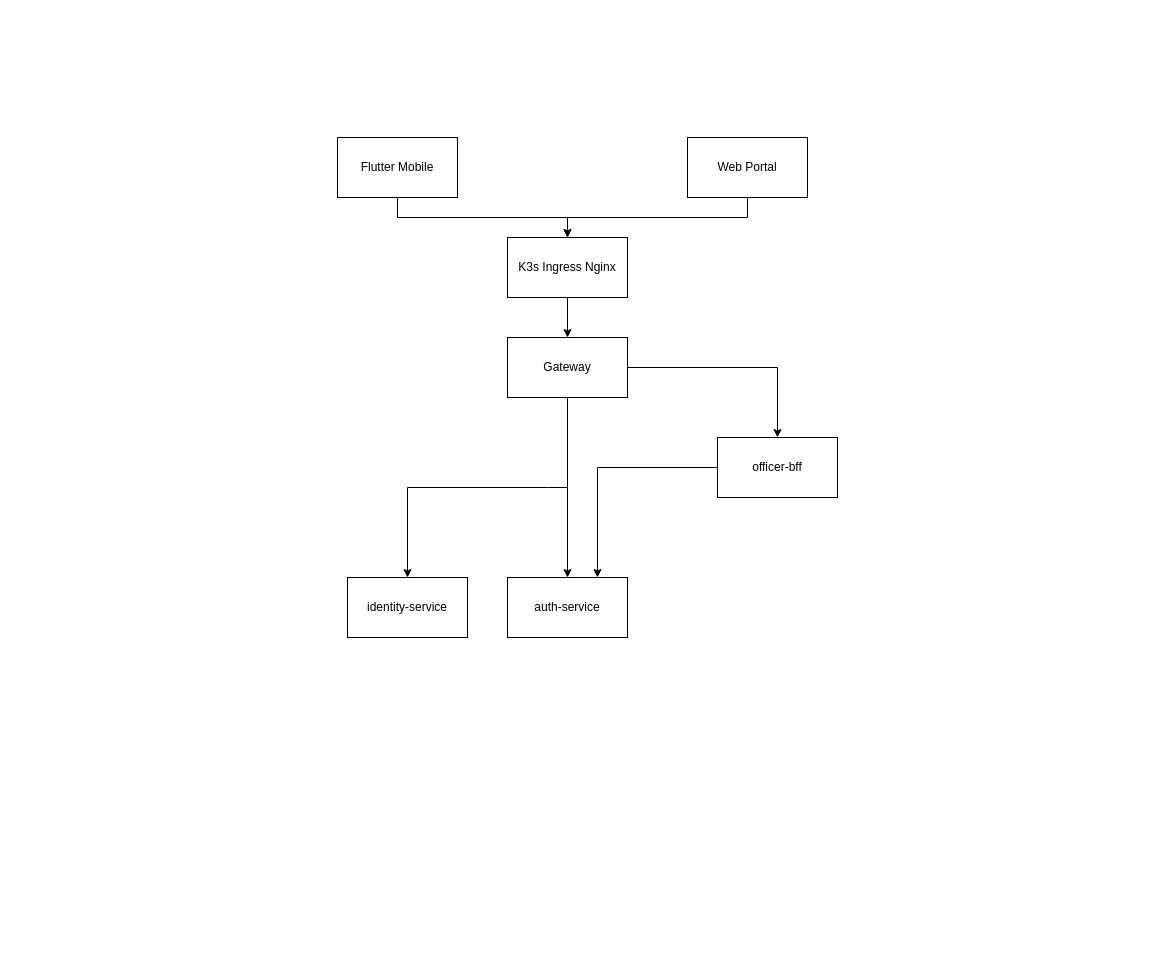
Before: docs/arch/Diagram.drawio in ZeroDayZ7/services_obywatel_app, a draw.io diagram. Source tidied: cells renumbered, new cells numbered last; positions are measured from the earlier drawing's top-left corner, leaving out a move shared by most shapes. Both pictures are drawn from the tidied source at 100%, with x=0, y=0 at pixel (337, 137).
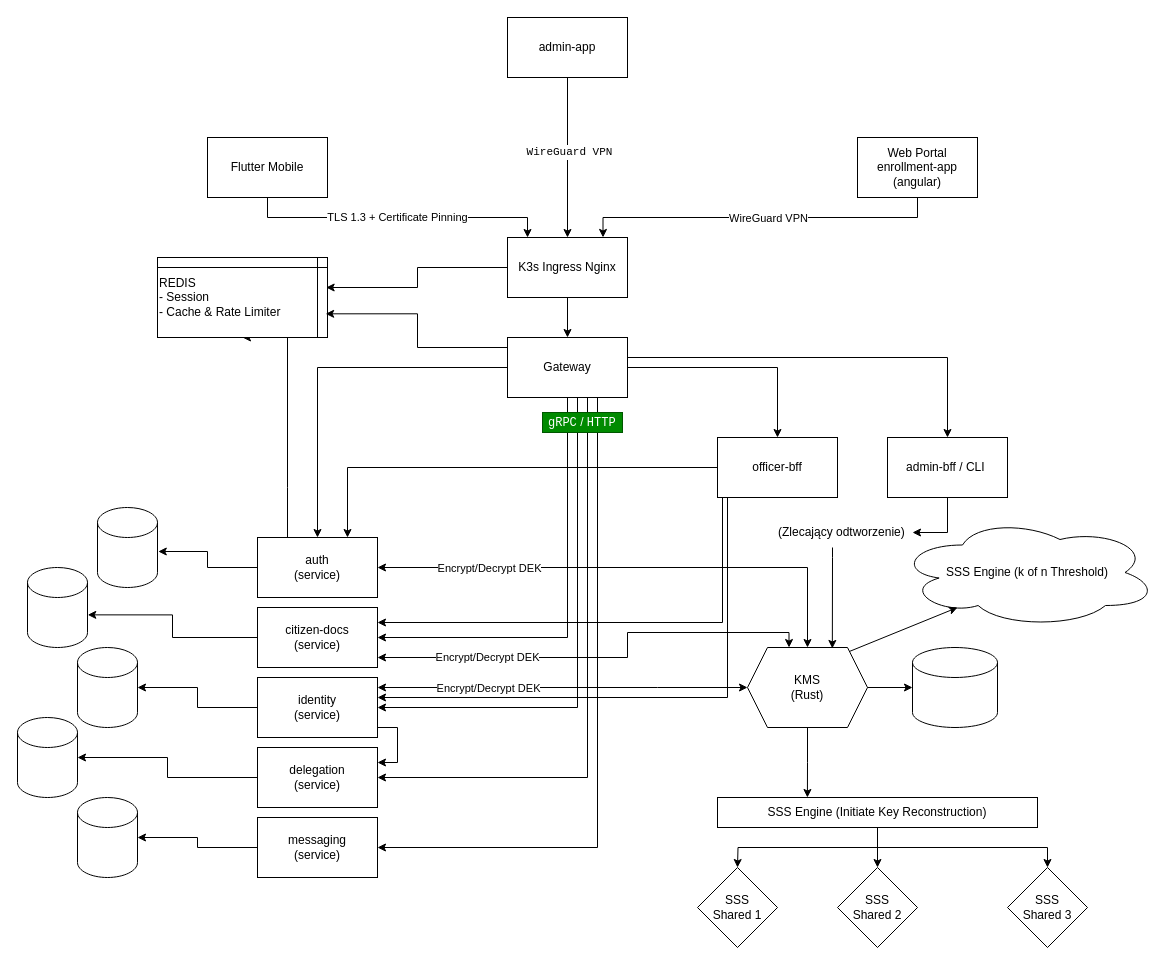
The same diagram, later.

Commit message (it also covers changes not shown here):
feat: add new architecture diagram and todo list for project planning

The change refers to these unchanged cells:
```xml
<mxCell id="5" value="K3s Ingress Nginx" style="rounded=0;whiteSpace=wrap;html=1;" parent="1" vertex="1">
  <mxGeometry x="170" y="100" width="120" height="60" as="geometry" />
</mxCell>
<mxCell id="8" value="Gateway" style="rounded=0;whiteSpace=wrap;html=1;" parent="1" vertex="1">
  <mxGeometry x="170" y="200" width="120" height="60" as="geometry" />
</mxCell>
<mxCell id="12" value="officer-bff" style="rounded=0;whiteSpace=wrap;html=1;" parent="1" vertex="1">
  <mxGeometry x="380" y="300" width="120" height="60" as="geometry" />
</mxCell>
```

Change to the diagram source:
```diff
@@
-    <mxCell id="2" style="edgeStyle=orthogonalEdgeStyle;rounded=0;jettySize=auto;html=1;entryX=0.5;entryY=0;entryDx=0;entryDy=0;exitX=0.5;exitY=1;exitDx=0;exitDy=0;" parent="1" edge="1" source="3" target="5">
+    <mxCell id="2" value="TLS 1.3 + Certificate Pinning" style="edgeStyle=orthogonalEdgeStyle;rounded=0;jettySize=auto;html=1;entryX=0.167;entryY=0;entryDx=0;entryDy=0;exitX=0.5;exitY=1;exitDx=0;exitDy=0;entryPerimeter=0;" parent="1" edge="1" source="3" target="5">
       <mxGeometry relative="1" as="geometry" />
     </mxCell>
     <mxCell id="3" value="Flutter Mobile" style="rounded=0;whiteSpace=wrap;html=1;" parent="1" vertex="1">
-      <mxGeometry width="120" height="60" as="geometry" />
+      <mxGeometry x="-130" width="120" height="60" as="geometry" />
     </mxCell>
@@
+    <mxCell id="16" style="edgeStyle=orthogonalEdgeStyle;rounded=0;jettySize=auto;html=1;entryX=1;entryY=0.5;entryDx=0;entryDy=0;" parent="1" edge="1" source="8" target="37">
+      <mxGeometry relative="1" as="geometry">
+        <Array as="points">
+          <mxPoint x="230" y="500" />
+        </Array>
+      </mxGeometry>
+    </mxCell>
+    <mxCell id="17" style="edgeStyle=orthogonalEdgeStyle;rounded=0;jettySize=auto;html=1;entryX=1;entryY=0.5;entryDx=0;entryDy=0;" parent="1" edge="1" source="8" target="13">
+      <mxGeometry relative="1" as="geometry">
+        <Array as="points">
+          <mxPoint x="240" y="570" />
+        </Array>
+      </mxGeometry>
+    </mxCell>
+    <mxCell id="18" style="edgeStyle=orthogonalEdgeStyle;rounded=0;jettySize=auto;html=1;entryX=1;entryY=0.5;entryDx=0;entryDy=0;" parent="1" edge="1" source="8" target="38">
+      <mxGeometry relative="1" as="geometry">
+        <Array as="points">
+          <mxPoint x="250" y="640" />
+        </Array>
+      </mxGeometry>
+    </mxCell>
+    <mxCell id="19" style="edgeStyle=orthogonalEdgeStyle;rounded=0;jettySize=auto;html=1;entryX=1;entryY=0.5;entryDx=0;entryDy=0;" parent="1" edge="1" source="8" target="58">
+      <mxGeometry relative="1" as="geometry">
+        <Array as="points">
+          <mxPoint x="260" y="710" />
+        </Array>
+      </mxGeometry>
+    </mxCell>
@@
+    <mxCell id="20" style="edgeStyle=orthogonalEdgeStyle;rounded=0;jettySize=auto;html=1;entryX=0.5;entryY=0;entryDx=0;entryDy=0;startArrow=classic;startFill=1;" parent="1" edge="1" source="9" target="39">
+      <mxGeometry relative="1" as="geometry" />
+    </mxCell>
+    <mxCell id="21" value="Encrypt/Decrypt DEK" style="edgeLabel;html=1;align=center;verticalAlign=middle;" parent="20" vertex="1">
+      <mxGeometry x="-0.38" y="-2" relative="1" as="geometry">
+        <mxPoint x="-47" y="-2" as="offset" />
+      </mxGeometry>
+    </mxCell>
+    <mxCell id="22" style="edgeStyle=orthogonalEdgeStyle;rounded=0;jettySize=auto;html=1;entryX=0.5;entryY=1;entryDx=0;entryDy=0;" parent="1" edge="1" source="9" target="64">
+      <mxGeometry relative="1" as="geometry">
+        <Array as="points">
+          <mxPoint x="-50" y="350" />
+          <mxPoint x="-50" y="350" />
+        </Array>
+      </mxGeometry>
+    </mxCell>
-    <mxCell id="9" value="auth-service" style="rounded=0;whiteSpace=wrap;html=1;" parent="1" vertex="1">
-      <mxGeometry x="170" y="440" width="120" height="60" as="geometry" />
+    <mxCell id="9" value="auth&lt;div&gt;(service)&lt;/div&gt;" style="rounded=0;whiteSpace=wrap;html=1;" parent="1" vertex="1">
+      <mxGeometry x="-80" y="400" width="120" height="60" as="geometry" />
     </mxCell>
@@
-    <mxCell id="11" style="edgeStyle=orthogonalEdgeStyle;rounded=0;jettySize=auto;html=1;endArrow=none;endFill=0;startArrow=classic;startFill=1;" parent="1" edge="1" source="13">
-      <mxGeometry relative="1" as="geometry">
-        <mxPoint x="230" y="350" as="targetPoint" />
-        <Array as="points">
-          <mxPoint x="70" y="350" />
-          <mxPoint x="210" y="350" />
-        </Array>
-      </mxGeometry>
-    </mxCell>
+    <mxCell id="23" style="edgeStyle=orthogonalEdgeStyle;rounded=0;jettySize=auto;html=1;entryX=1;entryY=0.25;entryDx=0;entryDy=0;" parent="1" edge="1" source="12" target="37">
+      <mxGeometry relative="1" as="geometry">
+        <Array as="points">
+          <mxPoint x="385" y="485" />
+        </Array>
+      </mxGeometry>
+    </mxCell>
+    <mxCell id="24" style="edgeStyle=orthogonalEdgeStyle;rounded=0;jettySize=auto;html=1;" parent="1" edge="1" source="12" target="13">
+      <mxGeometry relative="1" as="geometry">
+        <Array as="points">
+          <mxPoint x="390" y="560" />
+        </Array>
+      </mxGeometry>
+    </mxCell>
@@
+    <mxCell id="25" style="edgeStyle=orthogonalEdgeStyle;rounded=0;jettySize=auto;html=1;entryX=0;entryY=0.5;entryDx=0;entryDy=0;startArrow=classic;startFill=1;" parent="1" edge="1" source="13" target="39">
+      <mxGeometry relative="1" as="geometry">
+        <Array as="points">
+          <mxPoint x="320" y="550" />
+          <mxPoint x="320" y="550" />
+        </Array>
+      </mxGeometry>
+    </mxCell>
+    <mxCell id="26" value="Encrypt/Decrypt DEK" style="edgeLabel;html=1;align=center;verticalAlign=middle;" parent="25" vertex="1">
+      <mxGeometry x="-0.03" y="1" relative="1" as="geometry">
+        <mxPoint x="-69" y="1" as="offset" />
+      </mxGeometry>
+    </mxCell>
+    <mxCell id="27" style="edgeStyle=orthogonalEdgeStyle;rounded=0;jettySize=auto;html=1;entryX=1;entryY=0.25;entryDx=0;entryDy=0;" parent="1" edge="1" source="13" target="38">
+      <mxGeometry relative="1" as="geometry">
+        <Array as="points">
+          <mxPoint x="60" y="590" />
+          <mxPoint x="60" y="625" />
+        </Array>
+      </mxGeometry>
+    </mxCell>
-    <mxCell id="13" value="identity-service" style="rounded=0;whiteSpace=wrap;html=1;" parent="1" vertex="1">
-      <mxGeometry x="10" y="440" width="120" height="60" as="geometry" />
+    <mxCell id="13" value="identity&lt;div&gt;(service)&lt;/div&gt;" style="rounded=0;whiteSpace=wrap;html=1;" parent="1" vertex="1">
+      <mxGeometry x="-80" y="540" width="120" height="60" as="geometry" />
     </mxCell>
-    <mxCell id="14" style="edgeStyle=orthogonalEdgeStyle;rounded=0;jettySize=auto;html=1;entryX=0.5;entryY=0;entryDx=0;entryDy=0;exitX=0.5;exitY=1;exitDx=0;exitDy=0;" parent="1" edge="1" source="15" target="5">
+    <mxCell id="14" style="edgeStyle=orthogonalEdgeStyle;rounded=0;jettySize=auto;html=1;entryX=0.796;entryY=-0.001;entryDx=0;entryDy=0;exitX=0.5;exitY=1;exitDx=0;exitDy=0;entryPerimeter=0;" parent="1" edge="1" source="15" target="5">
       <mxGeometry relative="1" as="geometry" />
     </mxCell>
+    <mxCell id="28" value="WireGuard VPN" style="edgeLabel;html=1;align=center;verticalAlign=middle;" parent="14" vertex="1">
+      <mxGeometry x="-0.04" relative="1" as="geometry" />
+    </mxCell>
-    <mxCell id="15" value="Web Portal" style="rounded=0;whiteSpace=wrap;html=1;" parent="1" vertex="1">
-      <mxGeometry x="350" width="120" height="60" as="geometry" />
+    <mxCell id="15" value="Web Portal&lt;div&gt;enrollment-app&lt;/div&gt;&lt;div&gt;(angular)&lt;/div&gt;" style="rounded=0;whiteSpace=wrap;html=1;" parent="1" vertex="1">
+      <mxGeometry x="520" width="120" height="60" as="geometry" />
     </mxCell>
+    <mxCell id="29" style="edgeStyle=orthogonalEdgeStyle;rounded=0;jettySize=auto;html=1;endArrow=none;endFill=0;startArrow=classic;startFill=1;exitX=0.5;exitY=0;exitDx=0;exitDy=0;entryX=1;entryY=0.25;entryDx=0;entryDy=0;" parent="1" edge="1" source="31" target="8">
+      <mxGeometry relative="1" as="geometry">
+        <Array as="points">
+          <mxPoint x="610" y="220" />
+          <mxPoint x="290" y="220" />
+        </Array>
+      </mxGeometry>
+    </mxCell>
+    <mxCell id="30" style="edgeStyle=orthogonalEdgeStyle;rounded=0;jettySize=auto;html=1;" parent="1" edge="1" source="31" target="43">
+      <mxGeometry relative="1" as="geometry" />
+    </mxCell>
+    <mxCell id="31" value="&amp;nbsp; admin-bff / CLI&amp;nbsp; &amp;nbsp;" style="rounded=0;whiteSpace=wrap;html=1;" parent="1" vertex="1">
+      <mxGeometry x="550" y="300" width="120" height="60" as="geometry" />
+    </mxCell>
+    <mxCell id="32" style="edgeStyle=orthogonalEdgeStyle;rounded=0;jettySize=auto;html=1;entryX=0.5;entryY=0;entryDx=0;entryDy=0;" parent="1" edge="1" source="34" target="5">
+      <mxGeometry relative="1" as="geometry" />
+    </mxCell>
+    <mxCell id="33" value="&lt;code&gt;WireGuard VPN&lt;/code&gt;" style="edgeLabel;html=1;align=center;verticalAlign=middle;" parent="32" vertex="1">
+      <mxGeometry x="0.31" y="2" relative="1" as="geometry">
+        <mxPoint x="-1" y="-31" as="offset" />
+      </mxGeometry>
+    </mxCell>
+    <mxCell id="34" value="&lt;div&gt;admin-app&lt;/div&gt;" style="rounded=0;whiteSpace=wrap;html=1;" parent="1" vertex="1">
+      <mxGeometry x="170" y="-120" width="120" height="60" as="geometry" />
+    </mxCell>
+    <mxCell id="35" style="edgeStyle=orthogonalEdgeStyle;rounded=0;jettySize=auto;html=1;entryX=0.346;entryY=0;entryDx=0;entryDy=0;entryPerimeter=0;startArrow=classic;startFill=1;" parent="1" edge="1" source="37" target="39">
+      <mxGeometry relative="1" as="geometry">
+        <Array as="points">
+          <mxPoint x="290" y="520" />
+          <mxPoint x="290" y="495" />
+          <mxPoint x="452" y="495" />
+        </Array>
+      </mxGeometry>
+    </mxCell>
+    <mxCell id="36" value="Encrypt/Decrypt DEK" style="edgeLabel;html=1;align=center;verticalAlign=middle;" parent="35" vertex="1">
+      <mxGeometry x="-0.36" y="1" relative="1" as="geometry">
+        <mxPoint x="-35" as="offset" />
+      </mxGeometry>
+    </mxCell>
+    <mxCell id="37" value="citizen-docs&lt;div&gt;(service)&lt;/div&gt;" style="rounded=0;whiteSpace=wrap;html=1;" parent="1" vertex="1">
+      <mxGeometry x="-80" y="470" width="120" height="60" as="geometry" />
+    </mxCell>
+    <mxCell id="38" value="delegation&lt;div&gt;(service)&lt;/div&gt;" style="rounded=0;whiteSpace=wrap;html=1;" parent="1" vertex="1">
+      <mxGeometry x="-80" y="610" width="120" height="60" as="geometry" />
+    </mxCell>
+    <mxCell id="39" value="KMS&lt;div&gt;(Rust)&lt;/div&gt;" style="shape=hexagon;perimeter=hexagonPerimeter2;whiteSpace=wrap;html=1;fixedSize=1;" parent="1" vertex="1">
+      <mxGeometry x="410" y="510" width="120" height="80" as="geometry" />
+    </mxCell>
+    <mxCell id="40" style="shape=cylinder3;whiteSpace=wrap;html=1;boundedLbl=1;backgroundOutline=1;size=15;" parent="1" vertex="1">
+      <mxGeometry x="575" y="510" width="85" height="80" as="geometry" />
+    </mxCell>
+    <mxCell id="41" style="edgeStyle=orthogonalEdgeStyle;rounded=0;jettySize=auto;html=1;entryX=0;entryY=0.5;entryDx=0;entryDy=0;entryPerimeter=0;" parent="1" edge="1" source="39" target="40">
+      <mxGeometry relative="1" as="geometry" />
+    </mxCell>
+    <mxCell id="42" value="SSS Engine (k of n Threshold)" style="ellipse;shape=cloud;whiteSpace=wrap;html=1;" parent="1" vertex="1">
+      <mxGeometry x="560" y="380" width="260" height="110" as="geometry" />
+    </mxCell>
+    <mxCell id="43" value="(Zlecający odtworzenie)" style="text;strokeColor=none;fillColor=none;align=left;verticalAlign=middle;spacingLeft=4;spacingRight=4;overflow=hidden;points=[[0,0.5],[1,0.5]];portConstraint=eastwest;whiteSpace=wrap;html=1;" parent="1" vertex="1">
+      <mxGeometry x="435" y="380" width="140" height="30" as="geometry" />
+    </mxCell>
+    <mxCell id="44" style="endArrow=classic;html=1;rounded=0;exitX=0.847;exitY=0.051;exitDx=0;exitDy=0;exitPerimeter=0;" parent="1" edge="1" source="39">
+      <mxGeometry relative="1" as="geometry">
+        <mxPoint x="620" y="470" as="targetPoint" />
+      </mxGeometry>
+    </mxCell>
+    <mxCell id="45" style="edgeStyle=orthogonalEdgeStyle;rounded=0;jettySize=auto;html=1;" parent="1" edge="1" source="48">
+      <mxGeometry relative="1" as="geometry">
+        <mxPoint x="400" y="730" as="targetPoint" />
+      </mxGeometry>
+    </mxCell>
+    <mxCell id="46" style="edgeStyle=orthogonalEdgeStyle;rounded=0;jettySize=auto;html=1;entryX=0.333;entryY=0;entryDx=0;entryDy=0;entryPerimeter=0;" parent="1" edge="1" source="48">
+      <mxGeometry relative="1" as="geometry">
+        <mxPoint x="540" y="730" as="targetPoint" />
+      </mxGeometry>
+    </mxCell>
+    <mxCell id="47" style="edgeStyle=orthogonalEdgeStyle;rounded=0;jettySize=auto;html=1;entryX=0.5;entryY=0;entryDx=0;entryDy=0;" parent="1" edge="1" source="48" target="63">
+      <mxGeometry relative="1" as="geometry" />
+    </mxCell>
+    <mxCell id="48" value="SSS Engine (Initiate Key Reconstruction)" style="rounded=0;whiteSpace=wrap;html=1;" parent="1" vertex="1">
+      <mxGeometry x="380" y="660" width="320" height="30" as="geometry" />
+    </mxCell>
+    <mxCell id="49" style="edgeStyle=orthogonalEdgeStyle;rounded=0;jettySize=auto;html=1;entryX=0.281;entryY=0;entryDx=0;entryDy=0;entryPerimeter=0;" parent="1" edge="1" source="39" target="48">
+      <mxGeometry relative="1" as="geometry" />
+    </mxCell>
+    <mxCell id="50" style="shape=cylinder3;whiteSpace=wrap;html=1;boundedLbl=1;backgroundOutline=1;size=15;" parent="1" vertex="1">
+      <mxGeometry x="-240" y="370" width="60" height="80" as="geometry" />
+    </mxCell>
+    <mxCell id="51" style="shape=cylinder3;whiteSpace=wrap;html=1;boundedLbl=1;backgroundOutline=1;size=15;" parent="1" vertex="1">
+      <mxGeometry x="-310" y="430" width="60" height="80" as="geometry" />
+    </mxCell>
+    <mxCell id="52" style="shape=cylinder3;whiteSpace=wrap;html=1;boundedLbl=1;backgroundOutline=1;size=15;" parent="1" vertex="1">
+      <mxGeometry x="-260" y="510" width="60" height="80" as="geometry" />
+    </mxCell>
+    <mxCell id="53" style="shape=cylinder3;whiteSpace=wrap;html=1;boundedLbl=1;backgroundOutline=1;size=15;" parent="1" vertex="1">
+      <mxGeometry x="-320" y="580" width="60" height="80" as="geometry" />
+    </mxCell>
+    <mxCell id="54" style="edgeStyle=orthogonalEdgeStyle;rounded=0;jettySize=auto;html=1;entryX=1.013;entryY=0.55;entryDx=0;entryDy=0;entryPerimeter=0;" parent="1" edge="1" source="9" target="50">
+      <mxGeometry relative="1" as="geometry" />
+    </mxCell>
+    <mxCell id="55" style="edgeStyle=orthogonalEdgeStyle;rounded=0;jettySize=auto;html=1;entryX=1.004;entryY=0.592;entryDx=0;entryDy=0;entryPerimeter=0;" parent="1" edge="1" source="37" target="51">
+      <mxGeometry relative="1" as="geometry" />
+    </mxCell>
+    <mxCell id="56" style="edgeStyle=orthogonalEdgeStyle;rounded=0;jettySize=auto;html=1;entryX=1;entryY=0.5;entryDx=0;entryDy=0;entryPerimeter=0;" parent="1" edge="1" source="13" target="52">
+      <mxGeometry relative="1" as="geometry" />
+    </mxCell>
+    <mxCell id="57" style="edgeStyle=orthogonalEdgeStyle;rounded=0;jettySize=auto;html=1;entryX=1;entryY=0.5;entryDx=0;entryDy=0;entryPerimeter=0;" parent="1" edge="1" source="38" target="53">
+      <mxGeometry relative="1" as="geometry" />
+    </mxCell>
+    <mxCell id="58" value="messaging&lt;div&gt;(service)&lt;/div&gt;" style="rounded=0;whiteSpace=wrap;html=1;" parent="1" vertex="1">
+      <mxGeometry x="-80" y="680" width="120" height="60" as="geometry" />
+    </mxCell>
+    <mxCell id="59" style="shape=cylinder3;whiteSpace=wrap;html=1;boundedLbl=1;backgroundOutline=1;size=15;" parent="1" vertex="1">
+      <mxGeometry x="-260" y="660" width="60" height="80" as="geometry" />
+    </mxCell>
+    <mxCell id="60" style="edgeStyle=orthogonalEdgeStyle;rounded=0;jettySize=auto;html=1;entryX=1;entryY=0.5;entryDx=0;entryDy=0;entryPerimeter=0;" parent="1" edge="1" source="58" target="59">
+      <mxGeometry relative="1" as="geometry" />
+    </mxCell>
+    <mxCell id="61" value="SSS&lt;div&gt;Shared 1&lt;/div&gt;" style="rhombus;whiteSpace=wrap;html=1;" parent="1" vertex="1">
+      <mxGeometry x="360" y="730" width="80" height="80" as="geometry" />
+    </mxCell>
+    <mxCell id="62" value="SSS&lt;div&gt;Shared 2&lt;/div&gt;" style="rhombus;whiteSpace=wrap;html=1;" parent="1" vertex="1">
+      <mxGeometry x="500" y="730" width="80" height="80" as="geometry" />
+    </mxCell>
+    <mxCell id="63" value="SSS&lt;div&gt;Shared 3&lt;/div&gt;" style="rhombus;whiteSpace=wrap;html=1;" parent="1" vertex="1">
+      <mxGeometry x="670" y="730" width="80" height="80" as="geometry" />
+    </mxCell>
+    <mxCell id="64" value="&lt;span style=&quot;background-color: light-dark(#ffffff, var(--ge-dark-color, #121212)); color: light-dark(rgb(0, 0, 0), rgb(255, 255, 255));&quot;&gt;REDIS&lt;/span&gt;&lt;br&gt;&lt;span style=&quot;background-color: light-dark(#ffffff, var(--ge-dark-color, #121212)); color: light-dark(rgb(0, 0, 0), rgb(255, 255, 255));&quot;&gt;- Session&lt;/span&gt;&lt;br&gt;&lt;span style=&quot;background-color: light-dark(#ffffff, var(--ge-dark-color, #121212)); color: light-dark(rgb(0, 0, 0), rgb(255, 255, 255));&quot;&gt;-&amp;nbsp;Cache &amp;amp; Rate Limiter&lt;/span&gt;" style="shape=internalStorage;whiteSpace=wrap;html=1;backgroundOutline=1;dx=160;dy=10;align=left;" parent="1" vertex="1">
+      <mxGeometry x="-180" y="120" width="170" height="80" as="geometry" />
+    </mxCell>
+    <mxCell id="65" style="edgeStyle=orthogonalEdgeStyle;rounded=0;jettySize=auto;html=1;entryX=0.989;entryY=0.704;entryDx=0;entryDy=0;entryPerimeter=0;" parent="1" edge="1" source="8" target="64">
+      <mxGeometry relative="1" as="geometry">
+        <Array as="points">
+          <mxPoint x="80" y="210" />
+          <mxPoint x="80" y="176" />
+        </Array>
+      </mxGeometry>
+    </mxCell>
+    <mxCell id="66" style="edgeStyle=orthogonalEdgeStyle;rounded=0;jettySize=auto;html=1;entryX=0.992;entryY=0.375;entryDx=0;entryDy=0;entryPerimeter=0;" parent="1" edge="1" source="5" target="64">
+      <mxGeometry relative="1" as="geometry" />
+    </mxCell>
+    <mxCell id="67" style="edgeStyle=orthogonalEdgeStyle;rounded=0;jettySize=auto;html=1;entryX=0.707;entryY=0.012;entryDx=0;entryDy=0;entryPerimeter=0;" parent="1" edge="1" source="43" target="39">
+      <mxGeometry relative="1" as="geometry">
+        <Array as="points">
+          <mxPoint x="495" y="420" />
+          <mxPoint x="495" y="420" />
+        </Array>
+      </mxGeometry>
+    </mxCell>
+    <mxCell id="68" value="&lt;code&gt;gRPC&lt;/code&gt; / &lt;code&gt;HTTP&lt;/code&gt;" style="text;align=left;verticalAlign=middle;spacingLeft=4;spacingRight=4;overflow=hidden;whiteSpace=wrap;html=1;fillColor=#008a00;fontColor=#ffffff;strokeColor=#005700;" parent="1" vertex="1">
+      <mxGeometry x="205" y="275" width="80" height="20" as="geometry" />
+    </mxCell>
```
